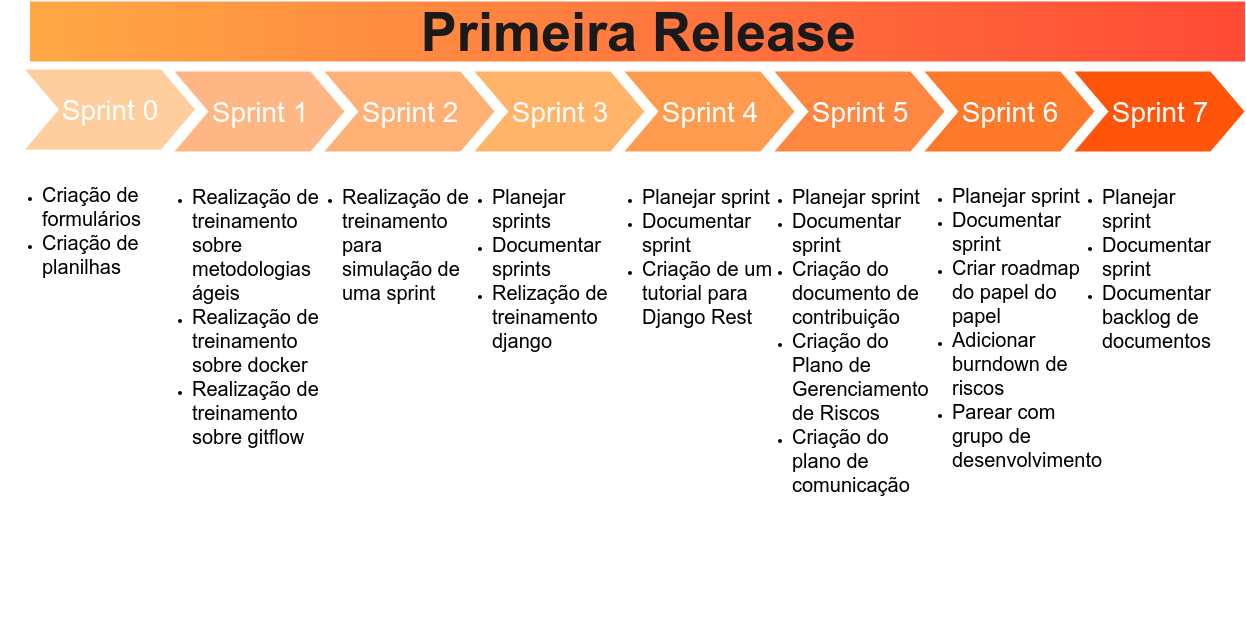
fga-eps-mds/2019.2-Amika-Wiki keeps this draw.io diagram as imagens/roadmap_scrum/Roadmap_sm_r1.png. Above is the earlier version. Source tidied: cells renumbered, new cells last; positions are measured from the earlier drawing's top-left corner, leaving out a move shared by most shapes.
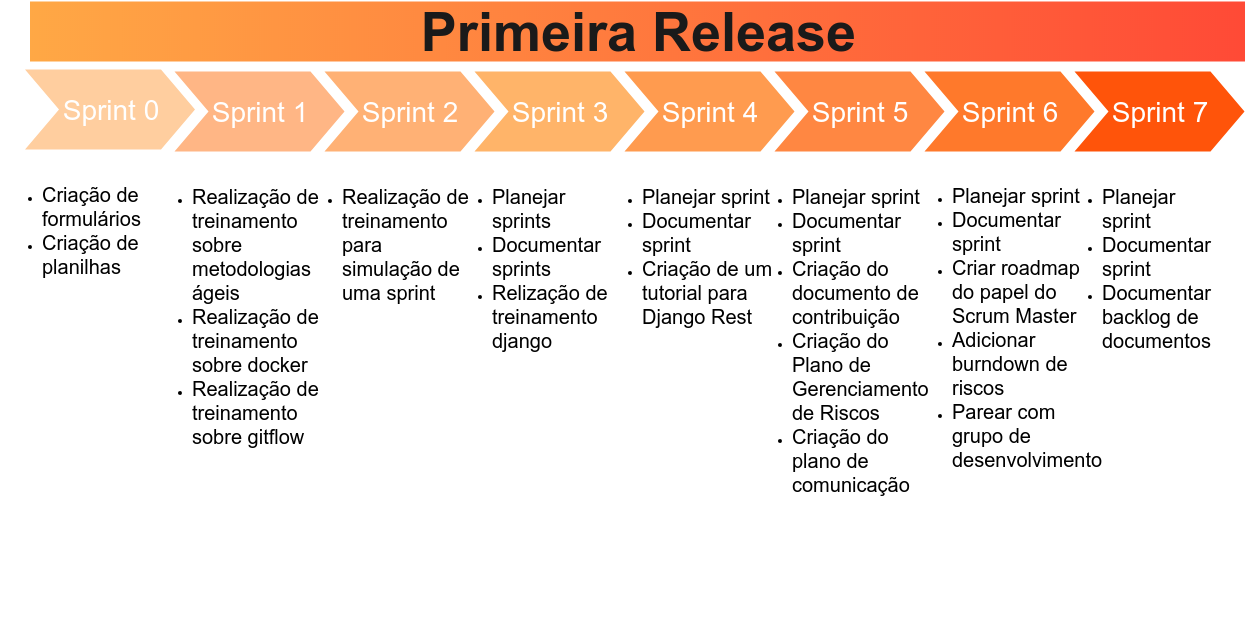
After the change.

Commit message:
Corrigindo roadmap da primeira release

Diff of the diagram source:
```diff
@@ -38,7 +38,7 @@
     <mxCell id="13" value="&lt;font&gt;&lt;ul&gt;&lt;li style=&quot;font-size: 12px&quot;&gt;&lt;font style=&quot;font-size: 20px&quot;&gt;Planejar sprint&lt;/font&gt;&lt;/li&gt;&lt;li style=&quot;font-size: 12px&quot;&gt;&lt;font style=&quot;font-size: 20px&quot;&gt;Documentar sprint&lt;br&gt;&lt;/font&gt;&lt;/li&gt;&lt;li&gt;&lt;span style=&quot;font-size: 20px&quot;&gt;Criação do documento de contribuição&lt;/span&gt;&lt;/li&gt;&lt;li&gt;&lt;span style=&quot;font-size: 20px&quot;&gt;Criação do Plano de Gerenciamento de Riscos&lt;/span&gt;&lt;/li&gt;&lt;li&gt;&lt;span style=&quot;font-size: 20px&quot;&gt;Criação do plano de comunicação&lt;/span&gt;&lt;/li&gt;&lt;/ul&gt;&lt;br&gt;&lt;br&gt;&lt;br&gt;&lt;br&gt;&lt;/font&gt;" style="text;spacingTop=-5;fillColor=#ffffff;whiteSpace=wrap;html=1;align=left;fontSize=12;fontFamily=Helvetica;fillColor=none;strokeColor=none;" parent="1" vertex="1">
       <mxGeometry x="750" y="170" width="174" height="470" as="geometry" />
     </mxCell>
-    <mxCell id="14" value="&lt;font style=&quot;font-size: 20px&quot;&gt;&lt;ul style=&quot;font-size: 12px&quot;&gt;&lt;li&gt;&lt;font style=&quot;font-size: 20px&quot;&gt;Planejar sprint&lt;/font&gt;&lt;/li&gt;&lt;li&gt;&lt;font style=&quot;font-size: 20px&quot;&gt;Documentar sprint&lt;/font&gt;&lt;/li&gt;&lt;li&gt;&lt;font style=&quot;font-size: 20px&quot;&gt;Criar roadmap do papel do papel&lt;/font&gt;&lt;/li&gt;&lt;li&gt;&lt;font style=&quot;font-size: 20px&quot;&gt;Adicionar burndown de riscos&lt;/font&gt;&lt;/li&gt;&lt;li&gt;&lt;font style=&quot;font-size: 20px&quot;&gt;Parear com grupo de desenvolvimento&lt;/font&gt;&lt;/li&gt;&lt;/ul&gt;&lt;br&gt;&lt;/font&gt;" style="text;spacingTop=-5;fillColor=#ffffff;whiteSpace=wrap;html=1;align=left;fontSize=12;fontFamily=Helvetica;fillColor=none;strokeColor=none;" parent="1" vertex="1">
+    <mxCell id="14" value="&lt;font style=&quot;font-size: 20px&quot;&gt;&lt;ul style=&quot;font-size: 12px&quot;&gt;&lt;li&gt;&lt;font style=&quot;font-size: 20px&quot;&gt;Planejar sprint&lt;/font&gt;&lt;/li&gt;&lt;li&gt;&lt;font style=&quot;font-size: 20px&quot;&gt;Documentar sprint&lt;/font&gt;&lt;/li&gt;&lt;li&gt;&lt;font style=&quot;font-size: 20px&quot;&gt;Criar roadmap do papel do Scrum Master&lt;/font&gt;&lt;/li&gt;&lt;li&gt;&lt;font style=&quot;font-size: 20px&quot;&gt;Adicionar burndown de riscos&lt;/font&gt;&lt;/li&gt;&lt;li&gt;&lt;font style=&quot;font-size: 20px&quot;&gt;Parear com grupo de desenvolvimento&lt;/font&gt;&lt;/li&gt;&lt;/ul&gt;&lt;br&gt;&lt;/font&gt;" style="text;spacingTop=-5;fillColor=#ffffff;whiteSpace=wrap;html=1;align=left;fontSize=12;fontFamily=Helvetica;fillColor=none;strokeColor=none;" parent="1" vertex="1">
       <mxGeometry x="910" y="169" width="169" height="470" as="geometry" />
     </mxCell>
     <mxCell id="15" value="Sprint 7" style="shape=step;whiteSpace=wrap;html=1;fontSize=28;fillColor=#FF540A;fontColor=#FFFFFF;strokeColor=none;" parent="1" vertex="1">
```
